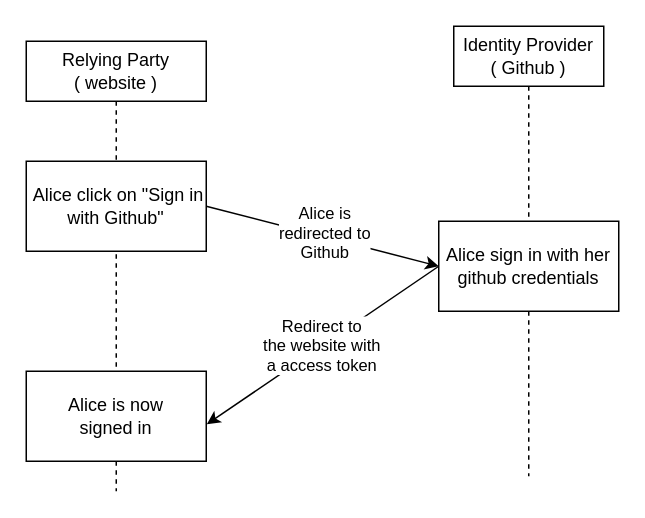
Earlier version of the draw.io diagram without_fedcm.drawio (thhck/assets). Source tidied: cells renumbered, new cells numbered last; positions are measured from the earlier drawing's top-left corner, leaving out a move shared by most shapes. Both pictures are drawn from the tidied source at 150%, with x=0, y=0 at pixel (26, 26).
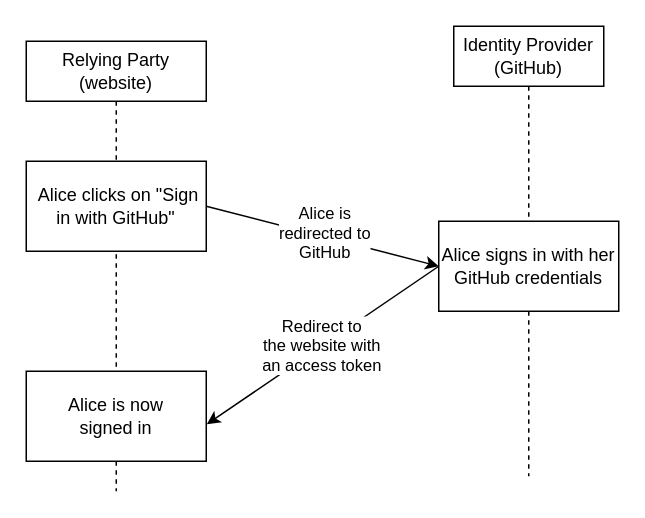
Above is the later version.

What changed in the source:
```diff
@@
 <mxGraphModel>
   <root>
     <mxCell id="0" />
     <mxCell id="1" parent="0" />
-    <mxCell id="2" value="&lt;div&gt;Relying Party &lt;br&gt;&lt;/div&gt;&lt;div&gt;( website ) &lt;/div&gt;" style="shape=umlLifeline;perimeter=lifelinePerimeter;whiteSpace=wrap;html=1;newEdgeStyle={&quot;edgeStyle&quot;:&quot;elbowEdgeStyle&quot;,&quot;elbow&quot;:&quot;vertical&quot;,&quot;curved&quot;:0,&quot;rounded&quot;:0};" parent="1" vertex="1">
+    <mxCell id="2" value="&lt;div&gt;Relying Party &lt;br&gt;&lt;/div&gt;&lt;div&gt;(website) &lt;/div&gt;" style="shape=umlLifeline;perimeter=lifelinePerimeter;whiteSpace=wrap;html=1;newEdgeStyle={&quot;edgeStyle&quot;:&quot;elbowEdgeStyle&quot;,&quot;elbow&quot;:&quot;vertical&quot;,&quot;curved&quot;:0,&quot;rounded&quot;:0};" parent="1" vertex="1">
       <mxGeometry y="10" width="120" height="300" as="geometry" />
     </mxCell>
-    <mxCell id="3" value="&lt;div&gt;Identity Provider&lt;/div&gt;&lt;div&gt;( Github )&lt;br&gt;&lt;/div&gt;" style="shape=umlLifeline;perimeter=lifelinePerimeter;whiteSpace=wrap;html=1;newEdgeStyle={&quot;edgeStyle&quot;:&quot;elbowEdgeStyle&quot;,&quot;elbow&quot;:&quot;vertical&quot;,&quot;curved&quot;:0,&quot;rounded&quot;:0};" parent="1" vertex="1">
+    <mxCell id="3" value="&lt;div&gt;Identity Provider&lt;/div&gt;&lt;div&gt;(GitHub)&lt;br&gt;&lt;/div&gt;" style="shape=umlLifeline;perimeter=lifelinePerimeter;whiteSpace=wrap;html=1;newEdgeStyle={&quot;edgeStyle&quot;:&quot;elbowEdgeStyle&quot;,&quot;elbow&quot;:&quot;vertical&quot;,&quot;curved&quot;:0,&quot;rounded&quot;:0};" parent="1" vertex="1">
       <mxGeometry x="285" width="100" height="300" as="geometry" />
     </mxCell>
-    <mxCell id="4" value="Alice sign in with her github credentials" style="rounded=0;whiteSpace=wrap;html=1;" parent="1" vertex="1">
+    <mxCell id="4" value="Alice signs in with her GitHub credentials" style="rounded=0;whiteSpace=wrap;html=1;" parent="1" vertex="1">
       <mxGeometry x="275" y="130" width="120" height="60" as="geometry" />
     </mxCell>
-    <mxCell id="5" value="&lt;div align=&quot;center&quot;&gt;&lt;font style=&quot;font-size: 12px;&quot;&gt;&amp;nbsp;Alice click on &quot;Sign in with Github&quot;&lt;/font&gt;&lt;/div&gt;" style="rounded=0;whiteSpace=wrap;html=1;align=center;" parent="1" vertex="1">
+    <mxCell id="5" value="&lt;div align=&quot;center&quot;&gt;&lt;font style=&quot;font-size: 12px;&quot;&gt;&amp;nbsp;Alice clicks on &quot;Sign in with GitHub&quot;&lt;/font&gt;&lt;/div&gt;" style="rounded=0;whiteSpace=wrap;html=1;align=center;" parent="1" vertex="1">
       <mxGeometry y="90" width="120" height="60" as="geometry" />
     </mxCell>
     <mxCell id="6" style="endArrow=classic;html=1;rounded=0;exitX=1;exitY=0.5;exitDx=0;exitDy=0;entryX=0;entryY=0.5;entryDx=0;entryDy=0;" parent="1" edge="1" source="5" target="4">
       <mxGeometry relative="1" as="geometry" />
     </mxCell>
-    <mxCell id="7" value="&lt;div&gt;Alice is &lt;br&gt;&lt;/div&gt;&lt;div&gt;redirected to &lt;br&gt;&lt;/div&gt;&lt;div&gt;Github&lt;br&gt;&lt;/div&gt;" style="edgeLabel;html=1;align=center;verticalAlign=middle;" parent="6" vertex="1">
+    <mxCell id="7" value="&lt;div&gt;Alice is &lt;br&gt;&lt;/div&gt;&lt;div&gt;redirected to &lt;br&gt;&lt;/div&gt;&lt;div&gt;GitHub&lt;br&gt;&lt;/div&gt;" style="edgeLabel;html=1;align=center;verticalAlign=middle;" parent="6" vertex="1">
       <mxGeometry y="3" relative="1" as="geometry" />
     </mxCell>
     <mxCell id="8" value="&lt;div align=&quot;center&quot;&gt;Alice is now &lt;br&gt;&lt;/div&gt;&lt;div align=&quot;center&quot;&gt;signed in&lt;br&gt;&lt;/div&gt;" style="rounded=0;whiteSpace=wrap;html=1;align=center;" parent="1" vertex="1">
       <mxGeometry y="230" width="120" height="60" as="geometry" />
     </mxCell>
     <mxCell id="9" style="endArrow=classic;html=1;rounded=0;entryX=1.003;entryY=0.589;entryDx=0;entryDy=0;entryPerimeter=0;exitX=0;exitY=0.5;exitDx=0;exitDy=0;" parent="1" edge="1" source="4" target="8">
       <mxGeometry relative="1" as="geometry" />
     </mxCell>
-    <mxCell id="10" value="&lt;div&gt;Redirect to &lt;br&gt;&lt;/div&gt;&lt;div&gt;the website with&lt;/div&gt;&lt;div&gt;a access token&lt;br&gt;&lt;/div&gt;" style="edgeLabel;html=1;align=center;verticalAlign=middle;" parent="9" vertex="1">
+    <mxCell id="10" value="&lt;div&gt;Redirect to &lt;br&gt;&lt;/div&gt;&lt;div&gt;the website with&lt;/div&gt;&lt;div&gt;an access token&lt;br&gt;&lt;/div&gt;" style="edgeLabel;html=1;align=center;verticalAlign=middle;" parent="9" vertex="1">
       <mxGeometry y="-1" relative="1" as="geometry" />
     </mxCell>
   </root>
 </mxGraphModel>
```
